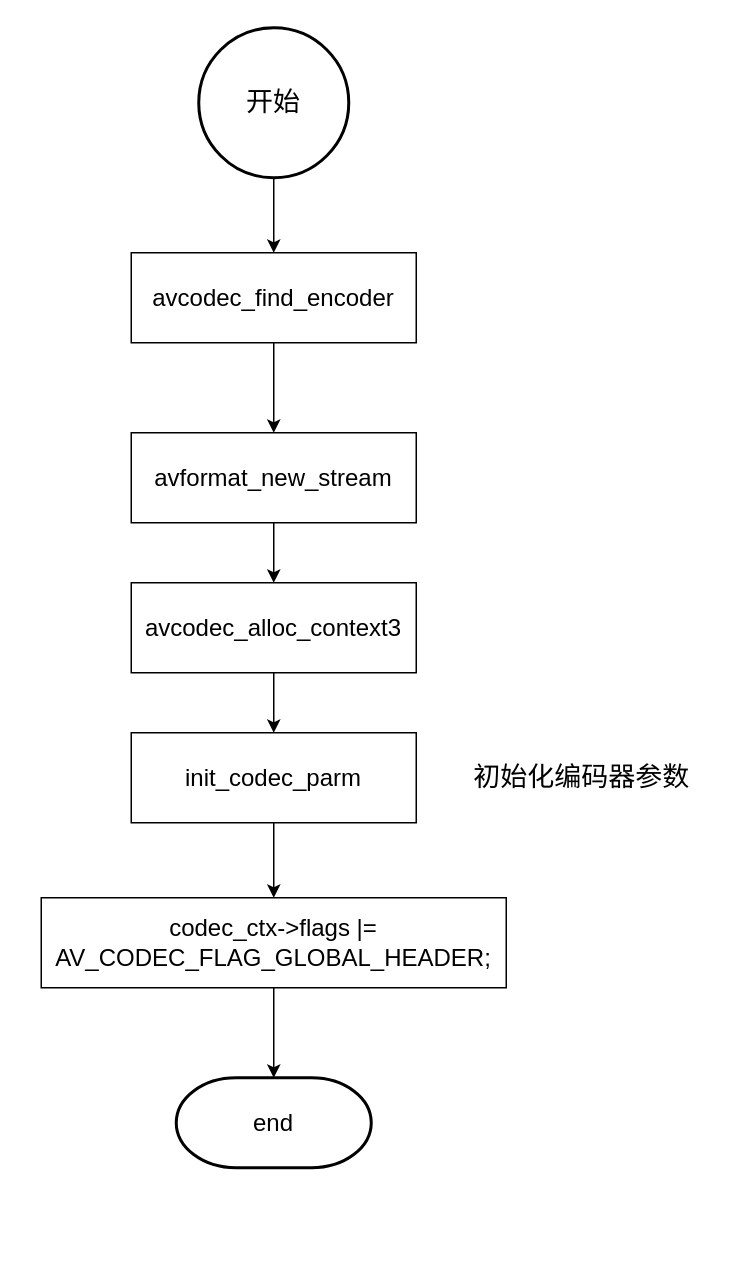
Above: note/5.ffmpeg编程/add_stream.drawio in WONGZEONJYU/Audio_and-_Video_Note (draw.io), before the change. Source tidied: cells renumbered, new cells numbered last; positions are measured from the earlier drawing's top-left corner, leaving out a move shared by most shapes. Both pictures are drawn from the tidied source at 150%, with x=0, y=0 at pixel (40, 27).
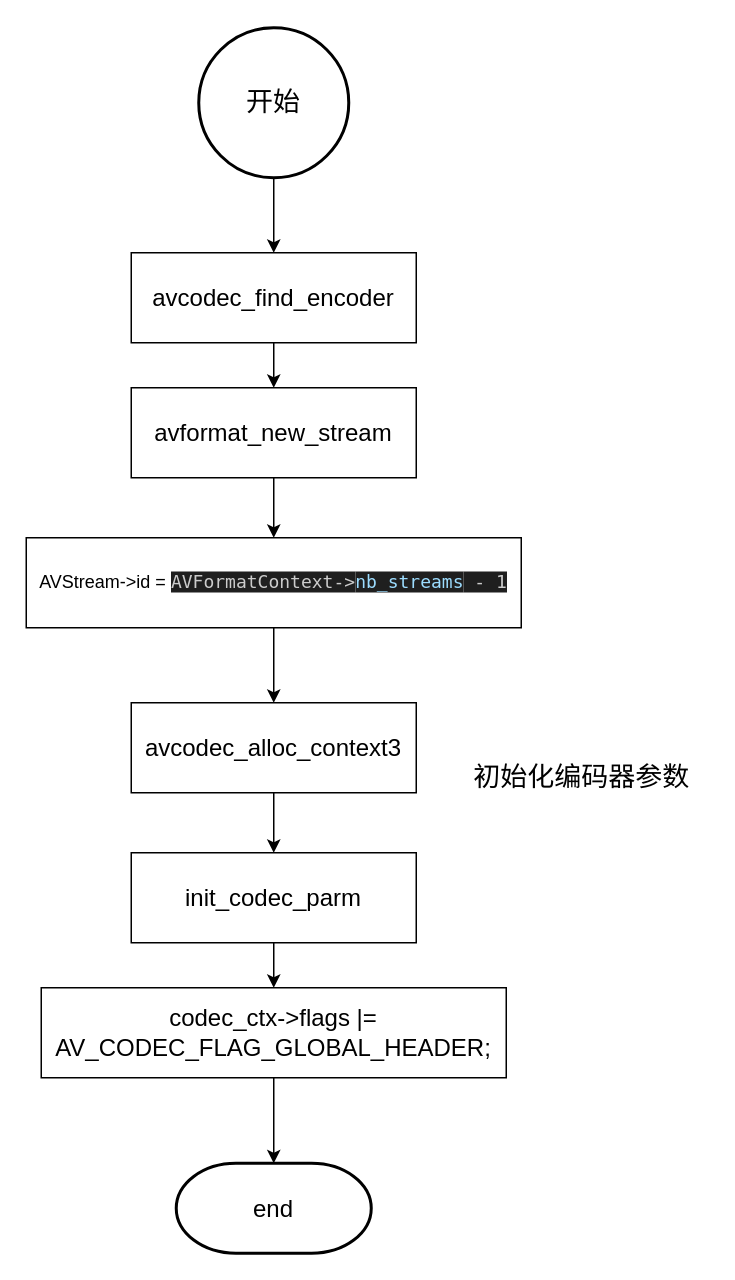
Above is the later version.

Diff of the diagram source:
```diff
@@
 <mxGraphModel>
   <root>
     <mxCell id="0" />
     <mxCell id="1" parent="0" />
     <mxCell id="2" style="edgeStyle=orthogonalEdgeStyle;rounded=0;jettySize=auto;html=1;exitX=0.5;exitY=1;exitDx=0;exitDy=0;exitPerimeter=0;entryX=0.5;entryY=0;entryDx=0;entryDy=0;" parent="1" edge="1" source="3" target="5">
       <mxGeometry relative="1" as="geometry" />
     </mxCell>
     <mxCell id="3" value="开始" style="strokeWidth=2;html=1;shape=mxgraph.flowchart.start_2;whiteSpace=wrap;fontSize=18;" parent="1" vertex="1">
       <mxGeometry x="105" width="100" height="100" as="geometry" />
     </mxCell>
     <mxCell id="4" style="edgeStyle=orthogonalEdgeStyle;rounded=0;jettySize=auto;html=1;exitX=0.5;exitY=1;exitDx=0;exitDy=0;entryX=0.5;entryY=0;entryDx=0;entryDy=0;" parent="1" edge="1" source="5" target="7">
       <mxGeometry relative="1" as="geometry" />
     </mxCell>
     <mxCell id="5" value="avcodec_find_encoder" style="rounded=0;whiteSpace=wrap;html=1;fontSize=16;" parent="1" vertex="1">
       <mxGeometry x="60" y="150" width="190" height="60" as="geometry" />
     </mxCell>
-    <mxCell id="6" style="edgeStyle=orthogonalEdgeStyle;rounded=0;jettySize=auto;html=1;exitX=0.5;exitY=1;exitDx=0;exitDy=0;entryX=0.5;entryY=0;entryDx=0;entryDy=0;" parent="1" edge="1" source="7" target="9">
-      <mxGeometry relative="1" as="geometry" />
-    </mxCell>
+    <mxCell id="16" style="edgeStyle=orthogonalEdgeStyle;rounded=0;jettySize=auto;html=1;exitX=0.5;exitY=1;exitDx=0;exitDy=0;entryX=0.5;entryY=0;entryDx=0;entryDy=0;" parent="1" edge="1" source="7" target="18">
+      <mxGeometry relative="1" as="geometry" />
+    </mxCell>
     <mxCell id="7" value="avformat_new_stream" style="rounded=0;whiteSpace=wrap;html=1;fontSize=16;" parent="1" vertex="1">
-      <mxGeometry x="60" y="270" width="190" height="60" as="geometry" />
+      <mxGeometry x="60" y="240" width="190" height="60" as="geometry" />
     </mxCell>
     <mxCell id="8" style="edgeStyle=orthogonalEdgeStyle;rounded=0;jettySize=auto;html=1;exitX=0.5;exitY=1;exitDx=0;exitDy=0;entryX=0.5;entryY=0;entryDx=0;entryDy=0;" parent="1" edge="1" source="9" target="11">
       <mxGeometry relative="1" as="geometry" />
     </mxCell>
     <mxCell id="9" value="avcodec_alloc_context3" style="rounded=0;whiteSpace=wrap;html=1;fontSize=16;" parent="1" vertex="1">
-      <mxGeometry x="60" y="370" width="190" height="60" as="geometry" />
+      <mxGeometry x="60" y="450" width="190" height="60" as="geometry" />
     </mxCell>
     <mxCell id="10" style="edgeStyle=orthogonalEdgeStyle;rounded=0;jettySize=auto;html=1;exitX=0.5;exitY=1;exitDx=0;exitDy=0;entryX=0.5;entryY=0;entryDx=0;entryDy=0;" parent="1" edge="1" source="11" target="14">
       <mxGeometry relative="1" as="geometry" />
     </mxCell>
     <mxCell id="11" value="init_codec_parm" style="rounded=0;whiteSpace=wrap;html=1;fontSize=16;" parent="1" vertex="1">
-      <mxGeometry x="60" y="470" width="190" height="60" as="geometry" />
+      <mxGeometry x="60" y="550" width="190" height="60" as="geometry" />
     </mxCell>
     <mxCell id="12" value="&lt;font style=&quot;font-size: 16px;&quot;&gt;end&lt;/font&gt;" style="strokeWidth=2;html=1;shape=mxgraph.flowchart.terminator;whiteSpace=wrap;" parent="1" vertex="1">
-      <mxGeometry x="90" y="700" width="130" height="60" as="geometry" />
+      <mxGeometry x="90" y="757" width="130" height="60" as="geometry" />
     </mxCell>
     <mxCell id="13" value="初始化编码器参数" style="text;html=1;align=center;verticalAlign=middle;strokeColor=none;fillColor=none;fontSize=18;" parent="1" vertex="1">
       <mxGeometry x="275" y="480" width="170" height="40" as="geometry" />
     </mxCell>
     <mxCell id="14" value="codec_ctx-&amp;gt;flags |= AV_CODEC_FLAG_GLOBAL_HEADER;" style="rounded=0;whiteSpace=wrap;html=1;fontSize=16;" parent="1" vertex="1">
-      <mxGeometry y="580" width="310" height="60" as="geometry" />
+      <mxGeometry y="640" width="310" height="60" as="geometry" />
     </mxCell>
     <mxCell id="15" style="edgeStyle=orthogonalEdgeStyle;rounded=0;jettySize=auto;html=1;exitX=0.5;exitY=1;exitDx=0;exitDy=0;entryX=0.5;entryY=0;entryDx=0;entryDy=0;entryPerimeter=0;" parent="1" edge="1" source="14" target="12">
       <mxGeometry relative="1" as="geometry" />
     </mxCell>
+    <mxCell id="17" style="edgeStyle=orthogonalEdgeStyle;rounded=0;jettySize=auto;html=1;exitX=0.5;exitY=1;exitDx=0;exitDy=0;entryX=0.5;entryY=0;entryDx=0;entryDy=0;" parent="1" edge="1" source="18" target="9">
+      <mxGeometry relative="1" as="geometry" />
+    </mxCell>
+    <mxCell id="18" value="AVStream-&amp;gt;id =&amp;nbsp;&lt;span style=&quot;background-color: rgb(31, 31, 31); color: rgb(204, 204, 204); font-family: Menlo, Monaco, &amp;quot;Courier New&amp;quot;, monospace; white-space: pre;&quot;&gt;AVFormatContext-&amp;gt;&lt;/span&gt;&lt;span style=&quot;color: rgb(156, 220, 254); background-color: rgb(31, 31, 31); font-family: Menlo, Monaco, &amp;quot;Courier New&amp;quot;, monospace; white-space: pre;&quot;&gt;nb_streams&lt;/span&gt;&lt;span style=&quot;background-color: rgb(31, 31, 31); color: rgb(204, 204, 204); font-family: Menlo, Monaco, &amp;quot;Courier New&amp;quot;, monospace; white-space: pre;&quot;&gt; - 1&lt;/span&gt;" style="rounded=0;whiteSpace=wrap;html=1;" parent="1" vertex="1">
+      <mxGeometry x="-10" y="340" width="330" height="60" as="geometry" />
+    </mxCell>
   </root>
 </mxGraphModel>
```
